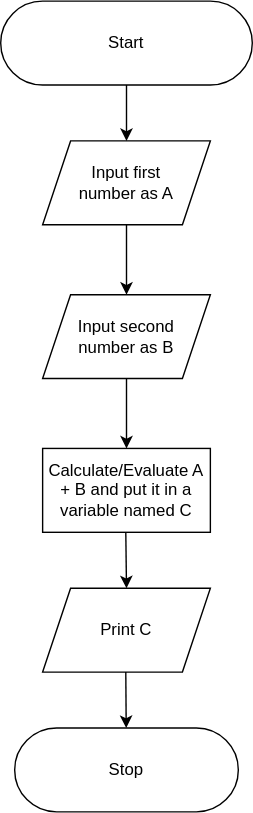
This is Flowchart1.drawio.svg from Mednoob/Mednoob, a draw.io export, as it was before one commit. Source tidied: cells renumbered, new cells last; positions are measured from the earlier drawing's top-left corner, leaving out a move shared by most shapes.
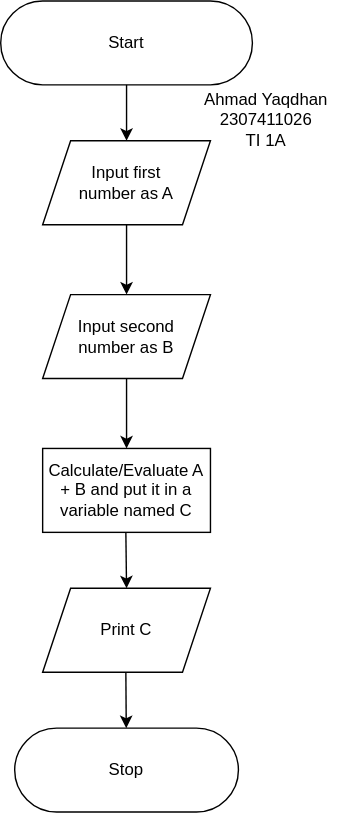
After the commit.

What changed in the source:
```diff
@@ -42,5 +42,8 @@
     <mxCell id="12" value="Stop" style="rounded=1;whiteSpace=wrap;html=1;arcSize=50;" parent="1" vertex="1">
       <mxGeometry x="10" y="520" width="160" height="60" as="geometry" />
     </mxCell>
+    <mxCell id="13" value="Ahmad Yaqdhan&lt;br&gt;2307411026&lt;br&gt;TI 1A" style="text;html=1;strokeColor=none;fillColor=none;align=center;verticalAlign=middle;whiteSpace=wrap;rounded=0;" parent="1" vertex="1">
+      <mxGeometry x="130" y="70" width="120" height="30" as="geometry" />
+    </mxCell>
   </root>
 </mxGraphModel>
```
